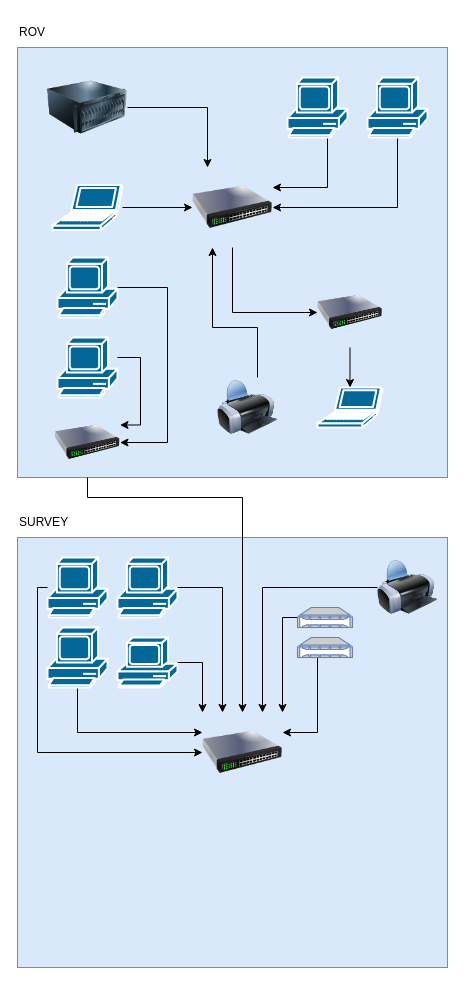
Above: Untitled Diagram.drawio in guilherme-louback/guilherme-louback (draw.io), before the change. Source tidied: cells renumbered, new cells numbered last; positions are measured from the earlier drawing's top-left corner, leaving out a move shared by most shapes. Both pictures are drawn from the tidied source at 100%, with x=0, y=0 at pixel (17, 17).
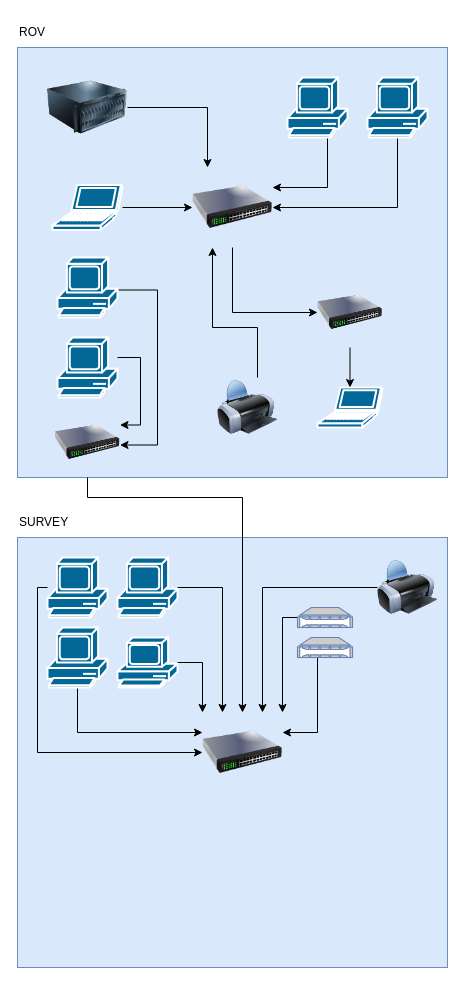
After the change.

The change refers to these unchanged cells:
```xml
<mxCell id="22" style="shape=mxgraph.cisco.computers_and_peripherals.pc;html=1;dashed=0;fillColor=#036897;strokeColor=#ffffff;strokeWidth=2;verticalLabelPosition=bottom;verticalAlign=top;align=center;outlineConnect=0;" parent="1" vertex="1">
  <mxGeometry x="40" y="240" width="60" height="60" as="geometry" />
</mxCell>
<mxCell id="24" style="image;html=1;image=img/lib/clip_art/networking/Switch_128x128.png;" parent="1" vertex="1">
  <mxGeometry x="37.5" y="390" width="65" height="70" as="geometry" />
</mxCell>
```

What changed in the source:
```diff
@@
-    <mxCell id="21" style="edgeStyle=orthogonalEdgeStyle;rounded=0;jettySize=auto;html=1;entryX=1;entryY=0.5;entryDx=0;entryDy=0;" parent="1" edge="1" source="22" target="24">
+    <mxCell id="21" style="edgeStyle=orthogonalEdgeStyle;rounded=0;orthogonalLoop=1;jettySize=auto;html=1;entryX=1;entryY=0.5;entryDx=0;entryDy=0;" parent="1" edge="1">
       <mxGeometry relative="1" as="geometry">
+        <mxPoint x="100" y="272.5" as="sourcePoint" />
+        <mxPoint x="102.5" y="427.5" as="targetPoint" />
         <Array as="points">
-          <mxPoint x="150" y="270" />
-          <mxPoint x="150" y="425" />
+          <mxPoint x="140" y="272.5" />
+          <mxPoint x="140" y="427.5" />
         </Array>
       </mxGeometry>
     </mxCell>
```
